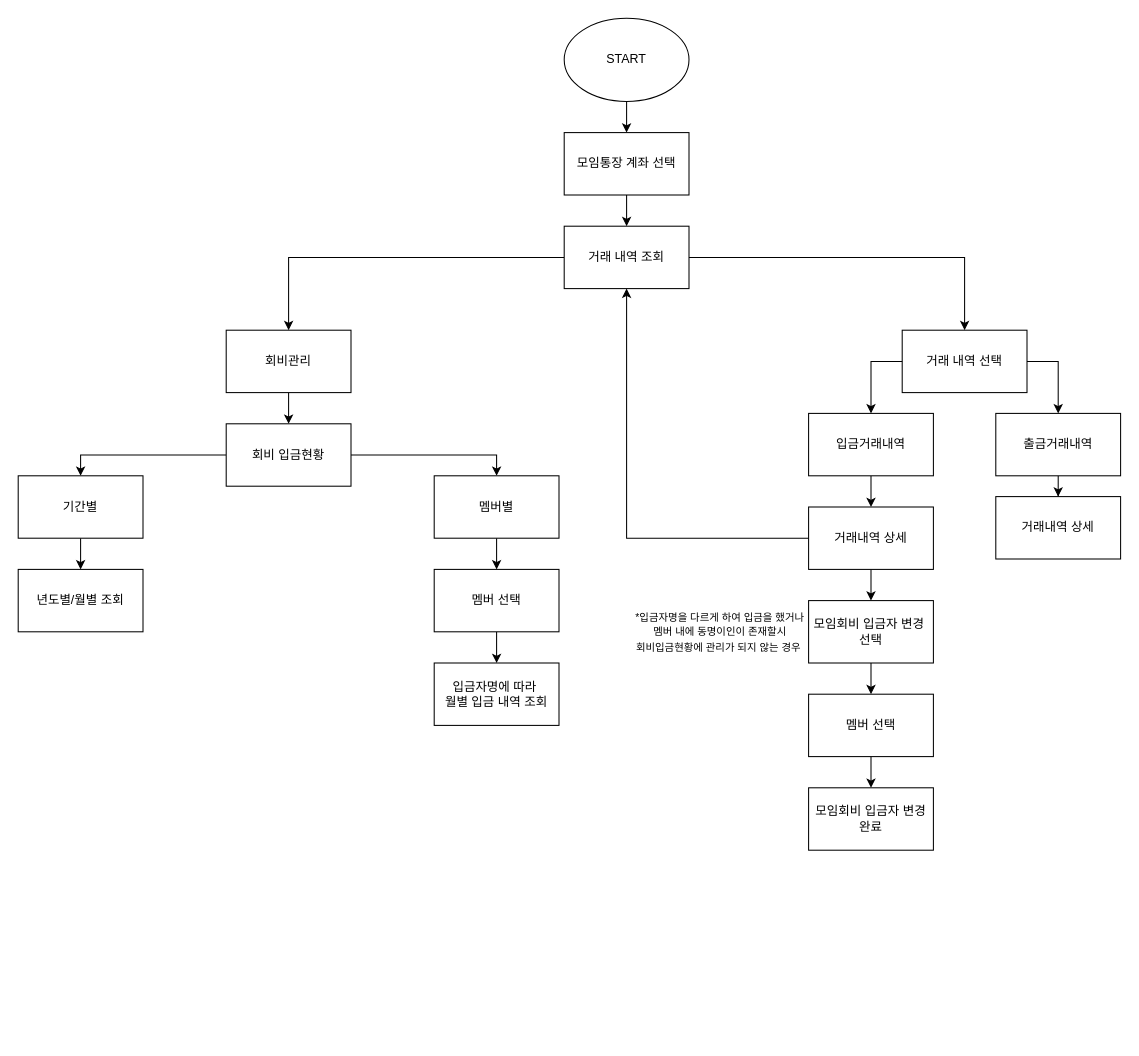
Above: Untitled Diagram_4.drawio in h22j2n/BeakJoon (draw.io), before the change. Source tidied: cells renumbered, new cells numbered last; positions are measured from the earlier drawing's top-left corner, leaving out a move shared by most shapes. Both pictures are drawn from the tidied source at 104%, with x=0, y=0 at pixel (18, 18).
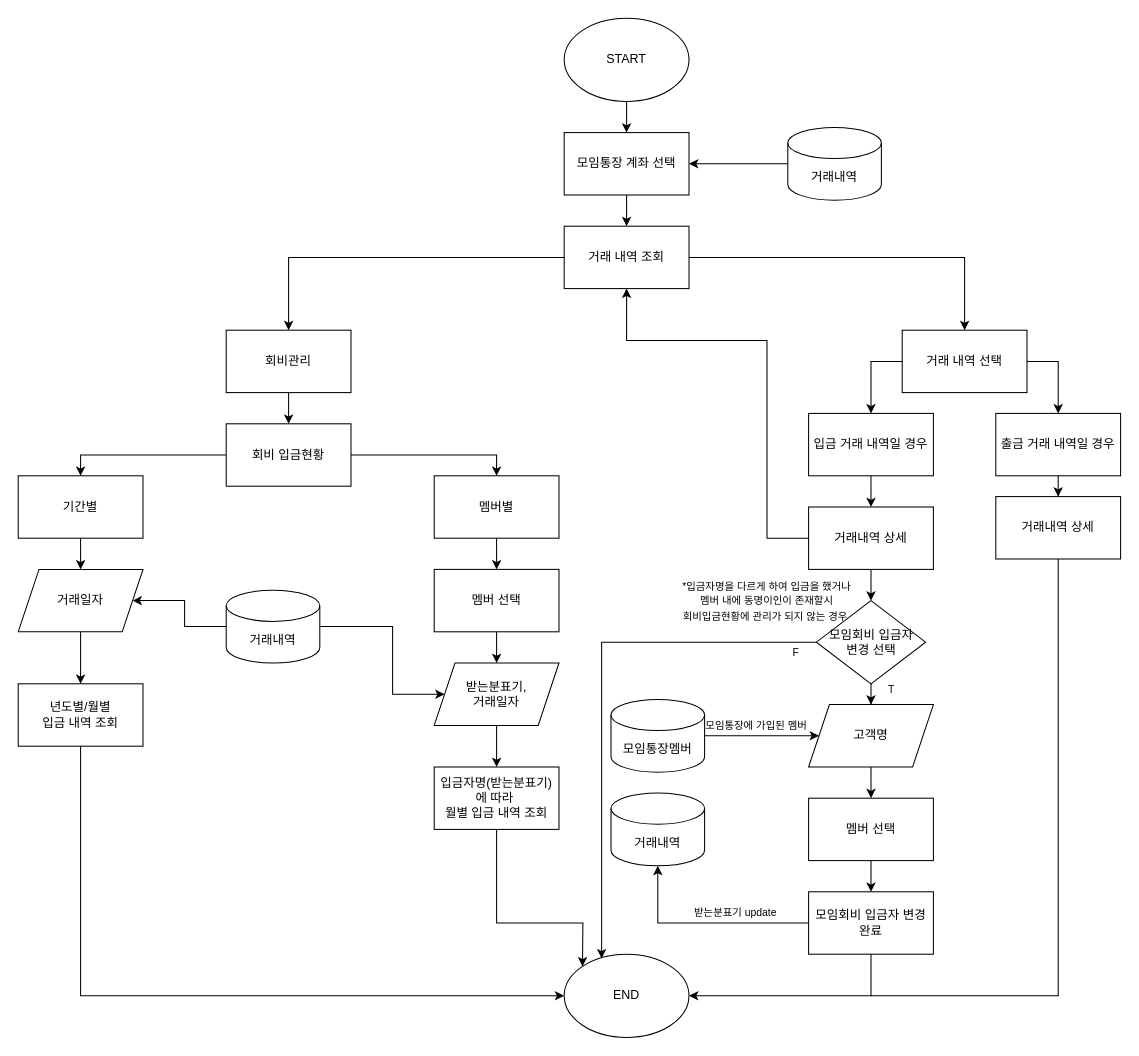
The same diagram, later.

The change refers to these unchanged cells:
```xml
<mxCell id="5" value="모임통장 계좌 선택" style="whiteSpace=wrap;html=1;" parent="1" vertex="1">
  <mxGeometry x="525" y="110" width="120" height="60" as="geometry" />
</mxCell>
<mxCell id="7" value="거래 내역 조회" style="whiteSpace=wrap;html=1;" parent="1" vertex="1">
  <mxGeometry x="525" y="200" width="120" height="60" as="geometry" />
</mxCell>
<mxCell id="14" value="기간별" style="whiteSpace=wrap;html=1;" parent="1" vertex="1">
  <mxGeometry y="440" width="120" height="60" as="geometry" />
</mxCell>
<mxCell id="19" value="멤버 선택" style="whiteSpace=wrap;html=1;" parent="1" vertex="1">
  <mxGeometry x="400" y="530" width="120" height="60" as="geometry" />
</mxCell>
<mxCell id="29" value="거래내역 상세" style="whiteSpace=wrap;html=1;rounded=0;" parent="1" vertex="1">
  <mxGeometry x="940" y="460" width="120" height="60" as="geometry" />
</mxCell>
<mxCell id="31" value="거래내역 상세" style="whiteSpace=wrap;html=1;rounded=0;" parent="1" vertex="1">
  <mxGeometry x="760" y="470" width="120" height="60" as="geometry" />
</mxCell>
```

Diff of the diagram source:
```diff
@@
-    <mxCell id="13" style="edgeStyle=orthogonalEdgeStyle;rounded=0;jettySize=auto;html=1;" parent="1" edge="1" source="14" target="17">
-      <mxGeometry relative="1" as="geometry" />
-    </mxCell>
+    <mxCell id="39" style="edgeStyle=orthogonalEdgeStyle;rounded=0;jettySize=auto;html=1;" parent="1" edge="1" source="14" target="48">
+      <mxGeometry relative="1" as="geometry" />
+    </mxCell>
@@
-    <mxCell id="17" value="년도별/월별 조회" style="whiteSpace=wrap;html=1;" parent="1" vertex="1">
-      <mxGeometry y="530" width="120" height="60" as="geometry" />
+    <mxCell id="17" value="년도별/월별 &lt;br&gt;입금 내역 조회" style="whiteSpace=wrap;html=1;" parent="1" vertex="1">
+      <mxGeometry y="640" width="120" height="60" as="geometry" />
     </mxCell>
-    <mxCell id="18" style="edgeStyle=orthogonalEdgeStyle;rounded=0;jettySize=auto;html=1;" parent="1" edge="1" source="19" target="20">
-      <mxGeometry relative="1" as="geometry" />
-    </mxCell>
+    <mxCell id="40" style="edgeStyle=orthogonalEdgeStyle;rounded=0;jettySize=auto;html=1;" parent="1" edge="1" source="19" target="45">
+      <mxGeometry relative="1" as="geometry" />
+    </mxCell>
@@
-    <mxCell id="20" value="입금자명에 따라&amp;nbsp;&lt;br&gt;월별 입금 내역 조회" style="whiteSpace=wrap;html=1;" parent="1" vertex="1">
-      <mxGeometry x="400" y="620" width="120" height="60" as="geometry" />
+    <mxCell id="20" value="입금자명(받는분표기)&lt;br&gt;에 따라&amp;nbsp;&lt;br&gt;월별 입금 내역 조회" style="whiteSpace=wrap;html=1;" parent="1" vertex="1">
+      <mxGeometry x="400" y="720" width="120" height="60" as="geometry" />
     </mxCell>
@@
-    <mxCell id="26" value="입금거래내역" style="whiteSpace=wrap;html=1;rounded=0;" parent="1" vertex="1">
+    <mxCell id="26" value="입금 거래 내역일 경우" style="whiteSpace=wrap;html=1;rounded=0;" parent="1" vertex="1">
       <mxGeometry x="760" y="380" width="120" height="60" as="geometry" />
     </mxCell>
@@
-    <mxCell id="28" value="출금거래내역" style="whiteSpace=wrap;html=1;rounded=0;" parent="1" vertex="1">
+    <mxCell id="28" value="출금 거래 내역일 경우" style="whiteSpace=wrap;html=1;rounded=0;" parent="1" vertex="1">
       <mxGeometry x="940" y="380" width="120" height="60" as="geometry" />
     </mxCell>
@@
-    <mxCell id="32" style="edgeStyle=orthogonalEdgeStyle;rounded=0;jettySize=auto;html=1;" parent="1" edge="1" source="33" target="36">
-      <mxGeometry relative="1" as="geometry" />
-    </mxCell>
-    <mxCell id="33" value="모임회비 입금자 변경&amp;nbsp;&lt;br&gt;선택" style="whiteSpace=wrap;html=1;rounded=0;" parent="1" vertex="1">
-      <mxGeometry x="760" y="560" width="120" height="60" as="geometry" />
-    </mxCell>
     <mxCell id="34" style="endArrow=classic;html=1;entryX=0.5;entryY=1;entryDx=0;entryDy=0;exitX=0;exitY=0.5;exitDx=0;exitDy=0;rounded=0;" parent="1" edge="1" source="31" target="7">
       <mxGeometry relative="1" as="geometry">
         <Array as="points">
-          <mxPoint x="585" y="500" />
+          <mxPoint x="720" y="500" />
+          <mxPoint x="720" y="310" />
+          <mxPoint x="585" y="310" />
         </Array>
       </mxGeometry>
     </mxCell>
@@
     <mxCell id="36" value="멤버 선택" style="whiteSpace=wrap;html=1;rounded=0;" parent="1" vertex="1">
-      <mxGeometry x="760" y="650" width="120" height="60" as="geometry" />
+      <mxGeometry x="760" y="750" width="120" height="60" as="geometry" />
     </mxCell>
+    <mxCell id="41" style="edgeStyle=orthogonalEdgeStyle;rounded=0;jettySize=auto;html=1;fontSize=10;" parent="1" edge="1" source="37" target="61">
+      <mxGeometry relative="1" as="geometry">
+        <Array as="points">
+          <mxPoint x="615" y="870" />
+        </Array>
+      </mxGeometry>
+    </mxCell>
     <mxCell id="37" value="모임회비 입금자 변경&lt;br&gt;완료" style="whiteSpace=wrap;html=1;rounded=0;" parent="1" vertex="1">
-      <mxGeometry x="760" y="740" width="120" height="60" as="geometry" />
+      <mxGeometry x="760" y="840" width="120" height="60" as="geometry" />
     </mxCell>
     <mxCell id="38" value="&lt;font style=&quot;font-size: 10px&quot;&gt;*입금자명을 다르게 하여 입금을 했거나 &lt;br&gt;멤버 내에 동명이인이 존재할시 &lt;br&gt;회비입금현황에 관리가 되지 않는 경우&amp;nbsp;&lt;/font&gt;" style="text;html=1;strokeColor=none;fillColor=none;align=center;verticalAlign=middle;whiteSpace=wrap;rounded=0;" parent="1" vertex="1">
-      <mxGeometry x="585" y="565" width="180" height="50" as="geometry" />
+      <mxGeometry x="630" y="535" width="180" height="50" as="geometry" />
     </mxCell>
+    <mxCell id="42" style="edgeStyle=orthogonalEdgeStyle;rounded=0;jettySize=auto;html=1;" parent="1" edge="1" source="43" target="48">
+      <mxGeometry relative="1" as="geometry" />
+    </mxCell>
+    <mxCell id="43" value="거래내역" style="shape=cylinder3;whiteSpace=wrap;html=1;boundedLbl=1;backgroundOutline=1;size=15;" parent="1" vertex="1">
+      <mxGeometry x="200" y="550" width="90" height="70" as="geometry" />
+    </mxCell>
+    <mxCell id="44" style="edgeStyle=orthogonalEdgeStyle;rounded=0;jettySize=auto;html=1;" parent="1" edge="1" source="45" target="20">
+      <mxGeometry relative="1" as="geometry" />
+    </mxCell>
+    <mxCell id="45" value="받는분표기, &lt;br&gt;거래일자" style="shape=parallelogram;perimeter=parallelogramPerimeter;whiteSpace=wrap;html=1;fixedSize=1;" parent="1" vertex="1">
+      <mxGeometry x="400" y="620" width="120" height="60" as="geometry" />
+    </mxCell>
+    <mxCell id="46" style="endArrow=classic;html=1;exitX=1;exitY=0.5;exitDx=0;exitDy=0;exitPerimeter=0;entryX=0;entryY=0.5;entryDx=0;entryDy=0;rounded=0;" parent="1" edge="1" source="43" target="45">
+      <mxGeometry relative="1" as="geometry">
+        <Array as="points">
+          <mxPoint x="360" y="585" />
+          <mxPoint x="360" y="650" />
+        </Array>
+      </mxGeometry>
+    </mxCell>
+    <mxCell id="47" style="edgeStyle=orthogonalEdgeStyle;rounded=0;jettySize=auto;html=1;" parent="1" edge="1" source="48" target="17">
+      <mxGeometry relative="1" as="geometry" />
+    </mxCell>
+    <mxCell id="48" value="거래일자" style="shape=parallelogram;perimeter=parallelogramPerimeter;whiteSpace=wrap;html=1;fixedSize=1;" parent="1" vertex="1">
+      <mxGeometry y="530" width="120" height="60" as="geometry" />
+    </mxCell>
+    <mxCell id="49" value="END" style="ellipse;whiteSpace=wrap;html=1;" parent="1" vertex="1">
+      <mxGeometry x="525" y="900" width="120" height="80" as="geometry" />
+    </mxCell>
+    <mxCell id="50" style="endArrow=classic;html=1;exitX=0.5;exitY=1;exitDx=0;exitDy=0;entryX=0;entryY=0.5;entryDx=0;entryDy=0;rounded=0;" parent="1" edge="1" source="17" target="49">
+      <mxGeometry relative="1" as="geometry">
+        <Array as="points">
+          <mxPoint x="60" y="940" />
+        </Array>
+      </mxGeometry>
+    </mxCell>
+    <mxCell id="51" style="endArrow=classic;html=1;exitX=0.5;exitY=1;exitDx=0;exitDy=0;entryX=0;entryY=0;entryDx=0;entryDy=0;rounded=0;" parent="1" edge="1" source="20" target="49">
+      <mxGeometry relative="1" as="geometry">
+        <Array as="points">
+          <mxPoint x="460" y="870" />
+          <mxPoint x="543" y="870" />
+        </Array>
+      </mxGeometry>
+    </mxCell>
+    <mxCell id="52" style="edgeStyle=orthogonalEdgeStyle;rounded=0;jettySize=auto;html=1;" parent="1" edge="1" source="33" target="54">
+      <mxGeometry relative="1" as="geometry" />
+    </mxCell>
+    <mxCell id="33" value="&lt;span&gt;모임회비 입금자&lt;br&gt;변경&amp;nbsp;&lt;/span&gt;&lt;span&gt;선택&lt;/span&gt;" style="rhombus;whiteSpace=wrap;html=1;" parent="1" vertex="1">
+      <mxGeometry x="767.5" y="560" width="105" height="80" as="geometry" />
+    </mxCell>
+    <mxCell id="53" style="edgeStyle=orthogonalEdgeStyle;rounded=0;jettySize=auto;html=1;" parent="1" edge="1" source="54" target="36">
+      <mxGeometry relative="1" as="geometry" />
+    </mxCell>
+    <mxCell id="54" value="고객명" style="shape=parallelogram;perimeter=parallelogramPerimeter;whiteSpace=wrap;html=1;fixedSize=1;" parent="1" vertex="1">
+      <mxGeometry x="760" y="660" width="120" height="60" as="geometry" />
+    </mxCell>
+    <mxCell id="55" style="edgeStyle=orthogonalEdgeStyle;rounded=0;jettySize=auto;html=1;" parent="1" edge="1" source="56" target="54">
+      <mxGeometry relative="1" as="geometry" />
+    </mxCell>
+    <mxCell id="56" value="모임통장멤버" style="shape=cylinder3;whiteSpace=wrap;html=1;boundedLbl=1;backgroundOutline=1;size=15;" parent="1" vertex="1">
+      <mxGeometry x="570" y="655" width="90" height="70" as="geometry" />
+    </mxCell>
+    <mxCell id="57" value="모임통장에 가입된 멤버" style="text;html=1;strokeColor=none;fillColor=none;align=center;verticalAlign=middle;whiteSpace=wrap;rounded=0;fontSize=10;" parent="1" vertex="1">
+      <mxGeometry x="650" y="670" width="120" height="20" as="geometry" />
+    </mxCell>
+    <mxCell id="58" style="endArrow=classic;html=1;fontSize=10;exitX=0;exitY=0.5;exitDx=0;exitDy=0;entryX=0.3;entryY=0.05;entryDx=0;entryDy=0;entryPerimeter=0;rounded=0;" parent="1" edge="1" source="33" target="49">
+      <mxGeometry relative="1" as="geometry">
+        <Array as="points">
+          <mxPoint x="561" y="600" />
+        </Array>
+      </mxGeometry>
+    </mxCell>
+    <mxCell id="59" value="거래내역" style="shape=cylinder3;whiteSpace=wrap;html=1;boundedLbl=1;backgroundOutline=1;size=15;" parent="1" vertex="1">
+      <mxGeometry x="740" y="105" width="90" height="70" as="geometry" />
+    </mxCell>
+    <mxCell id="60" style="endArrow=classic;html=1;fontSize=10;exitX=0;exitY=0.5;exitDx=0;exitDy=0;exitPerimeter=0;entryX=1;entryY=0.5;entryDx=0;entryDy=0;" parent="1" edge="1" source="59" target="5">
+      <mxGeometry relative="1" as="geometry" />
+    </mxCell>
+    <mxCell id="61" value="거래내역" style="shape=cylinder3;whiteSpace=wrap;html=1;boundedLbl=1;backgroundOutline=1;size=15;" parent="1" vertex="1">
+      <mxGeometry x="570" y="745" width="90" height="70" as="geometry" />
+    </mxCell>
+    <mxCell id="62" value="받는분표기 update" style="text;html=1;strokeColor=none;fillColor=none;align=center;verticalAlign=middle;whiteSpace=wrap;rounded=0;fontSize=10;" parent="1" vertex="1">
+      <mxGeometry x="630" y="850" width="120" height="20" as="geometry" />
+    </mxCell>
+    <mxCell id="63" style="endArrow=classic;html=1;fontSize=10;exitX=0.5;exitY=1;exitDx=0;exitDy=0;entryX=1;entryY=0.5;entryDx=0;entryDy=0;rounded=0;" parent="1" edge="1" source="37" target="49">
+      <mxGeometry relative="1" as="geometry">
+        <Array as="points">
+          <mxPoint x="820" y="940" />
+        </Array>
+      </mxGeometry>
+    </mxCell>
+    <mxCell id="64" value="F" style="text;html=1;strokeColor=none;fillColor=none;align=center;verticalAlign=middle;whiteSpace=wrap;rounded=0;fontSize=10;" parent="1" vertex="1">
+      <mxGeometry x="727.5" y="600" width="40" height="20" as="geometry" />
+    </mxCell>
+    <mxCell id="65" value="T" style="text;html=1;strokeColor=none;fillColor=none;align=center;verticalAlign=middle;whiteSpace=wrap;rounded=0;fontSize=10;" parent="1" vertex="1">
+      <mxGeometry x="820" y="635" width="40" height="20" as="geometry" />
+    </mxCell>
+    <mxCell id="66" style="endArrow=none;html=1;fontSize=10;entryX=0.5;entryY=1;entryDx=0;entryDy=0;rounded=0;" parent="1" edge="1" target="29">
+      <mxGeometry relative="1" as="geometry">
+        <mxPoint x="820" y="940" as="sourcePoint" />
+        <Array as="points">
+          <mxPoint x="1000" y="940" />
+        </Array>
+      </mxGeometry>
+    </mxCell>
```
